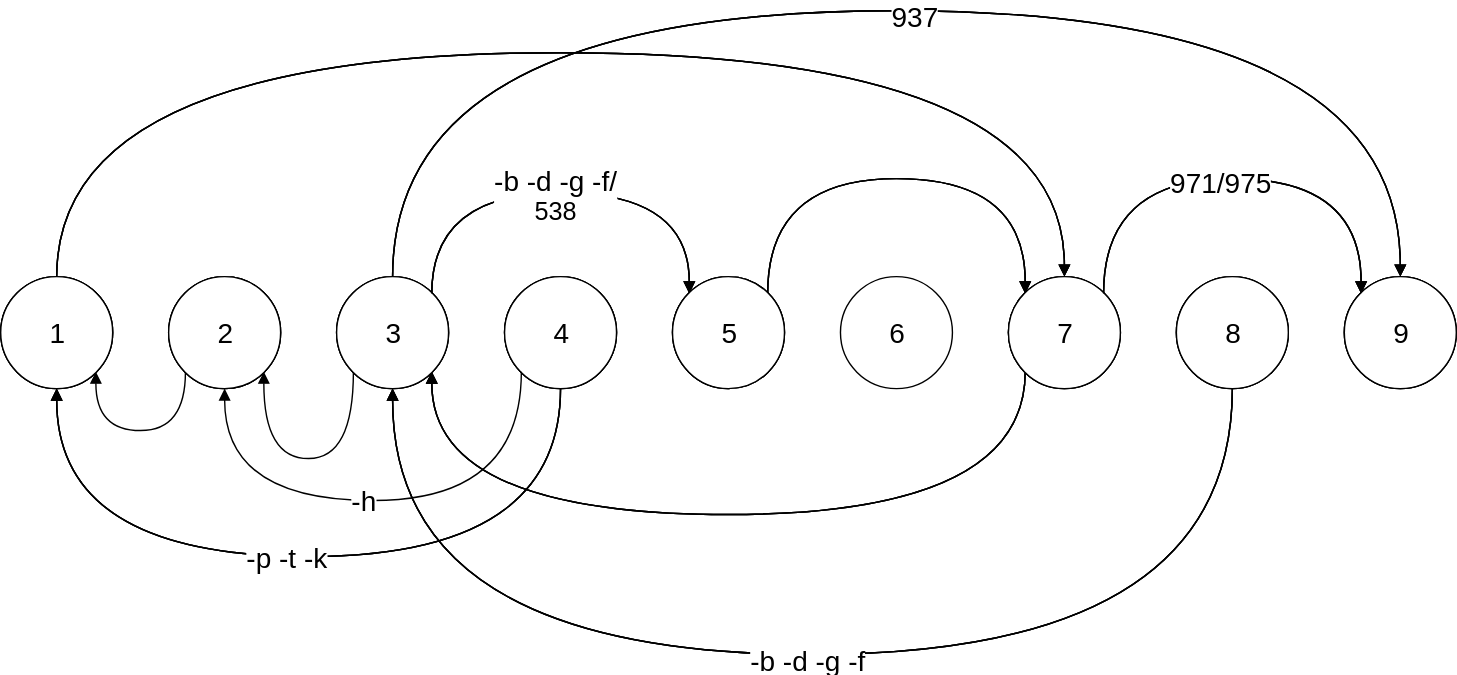
Before: tone-sandhi.svg, a diagram exported from draw.io (taipalogy/susiahethong). Source tidied: cells renumbered, new cells last; positions are measured from the earlier drawing's top-left corner, leaving out a move shared by most shapes.
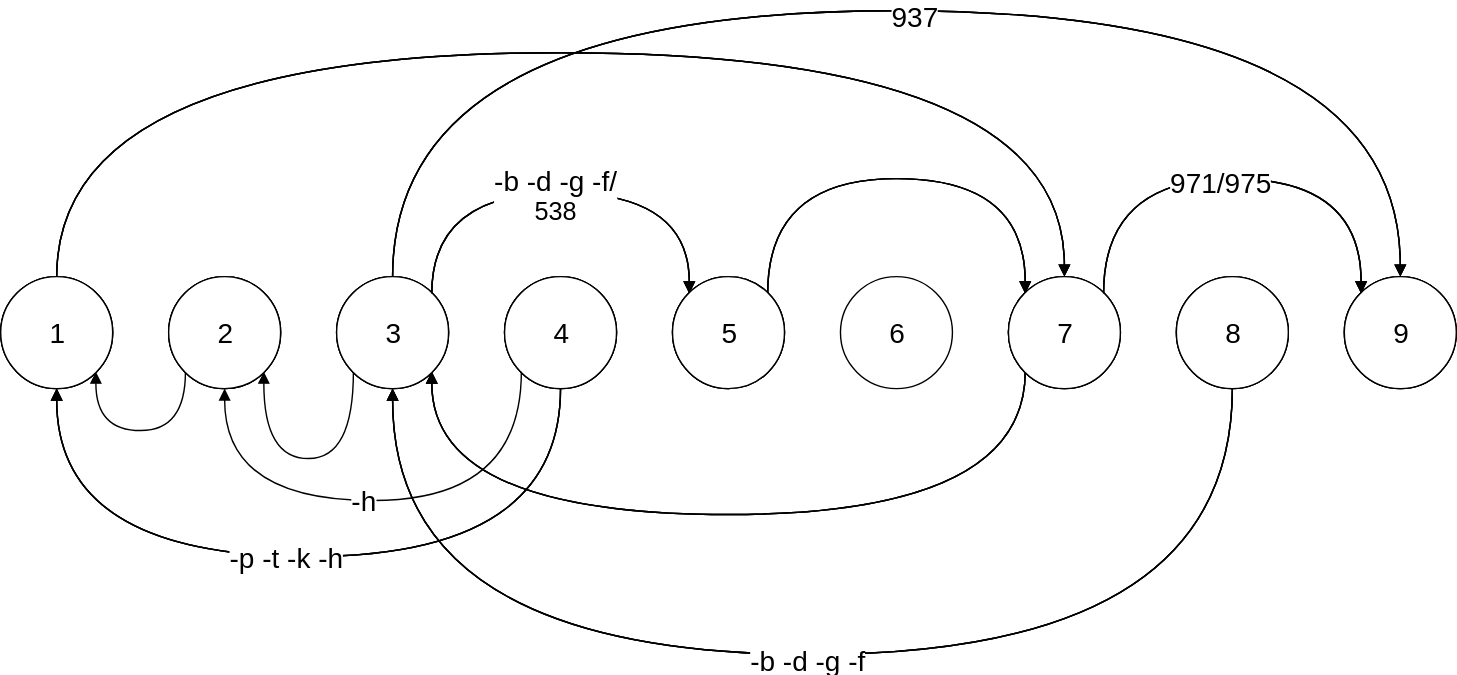
The same file after the commit.

What changed in the source:
```diff
@@ -202,7 +202,7 @@
         </Array>
       </mxGeometry>
     </mxCell>
-    <mxCell id="37" value="&lt;font style=&quot;font-size: 20px&quot;&gt;-p -t -k&lt;/font&gt;" style="text;html=1;align=center;verticalAlign=middle;labelBackgroundColor=#ffffff;" parent="36" vertex="1">
+    <mxCell id="37" value="&lt;font style=&quot;font-size: 20px&quot;&gt;-p -t -k -h&lt;/font&gt;" style="text;html=1;align=center;verticalAlign=middle;labelBackgroundColor=#ffffff;" parent="36" vertex="1">
       <mxGeometry x="-0.05" relative="1" as="geometry" />
     </mxCell>
     <mxCell id="38" value="&lt;font style=&quot;font-size: 20px&quot;&gt;1&lt;/font&gt;" style="ellipse;whiteSpace=wrap;html=1;" parent="1" vertex="1">
```
